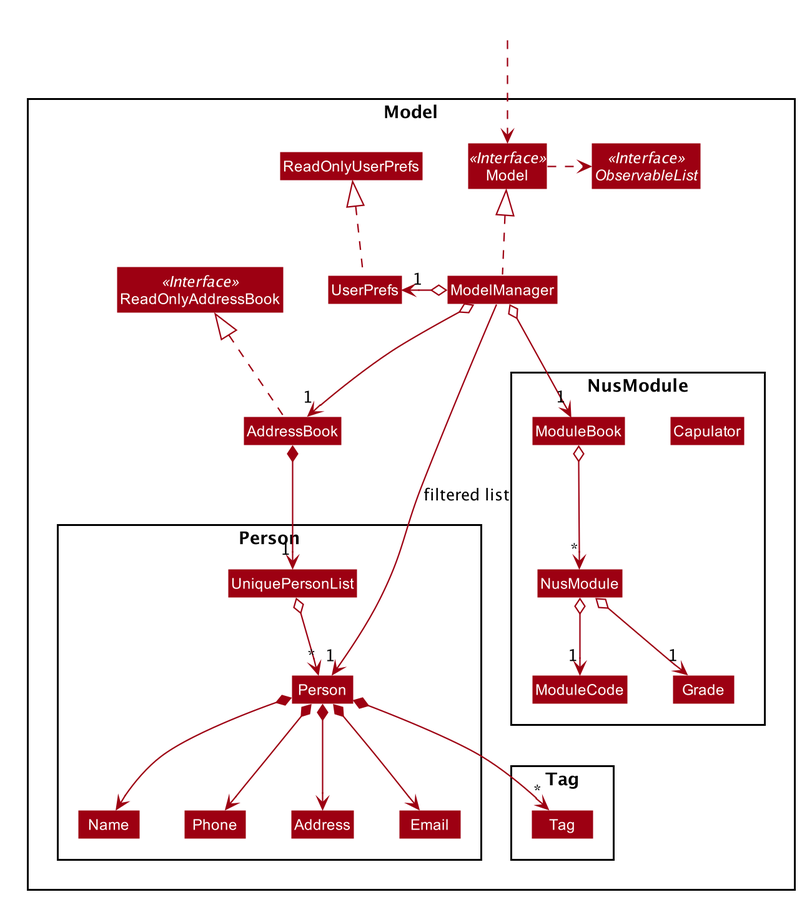
This is images/ModelClassDiagram.png from AY1920S2-CS2103T-W16-4/main, a PlantUML export, as it was before one commit.
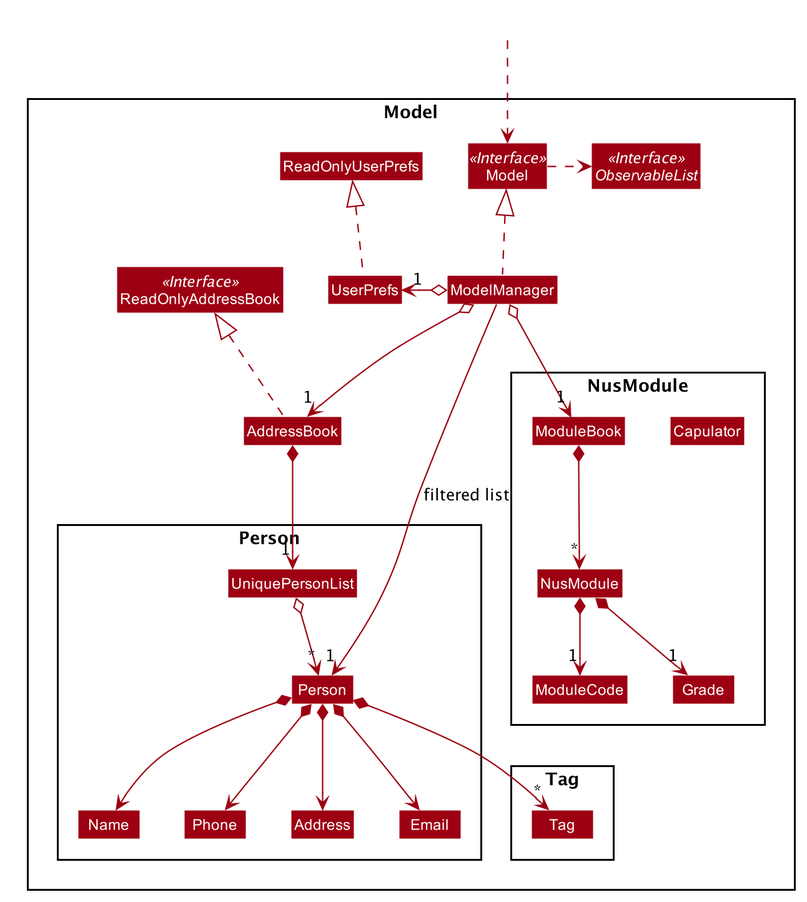
Above is the later version.

Change to the diagram source:
```diff
@@ -121,9 +121,9 @@
 Phone -[hidden]right-> Address
 Address -[hidden]right-> Email
 
-ModuleBook o--> "*" NusModule
-NusModule o--> "1" Grade
-NusModule o--> "1" ModuleCode
+ModuleBook *--> "*" NusModule
+NusModule *--> "1" Grade
+NusModule *--> "1" ModuleCode
 ModuleCode -[hidden]right-> Grade
 
 ModelManager -->"1" Person : filtered list
```
